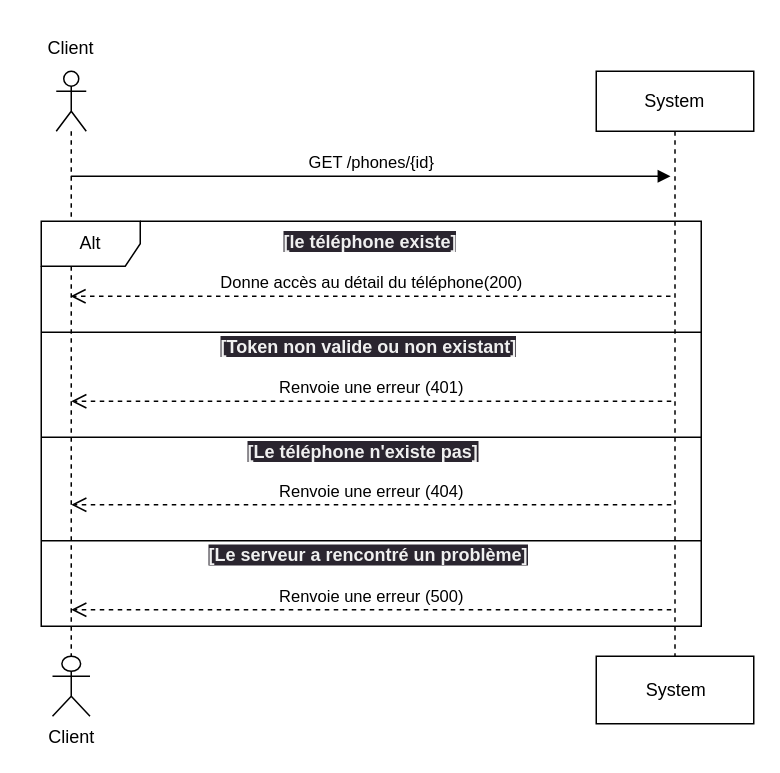
Before: public/UML/sd_GET-téléphone.drawio in Tony-marques/P7_bilemo, a draw.io diagram. Source tidied: cells renumbered, new cells numbered last; positions are measured from the earlier drawing's top-left corner, leaving out a move shared by most shapes. Both pictures are drawn from the tidied source at 150%, with x=0, y=0 at pixel (26, 26).
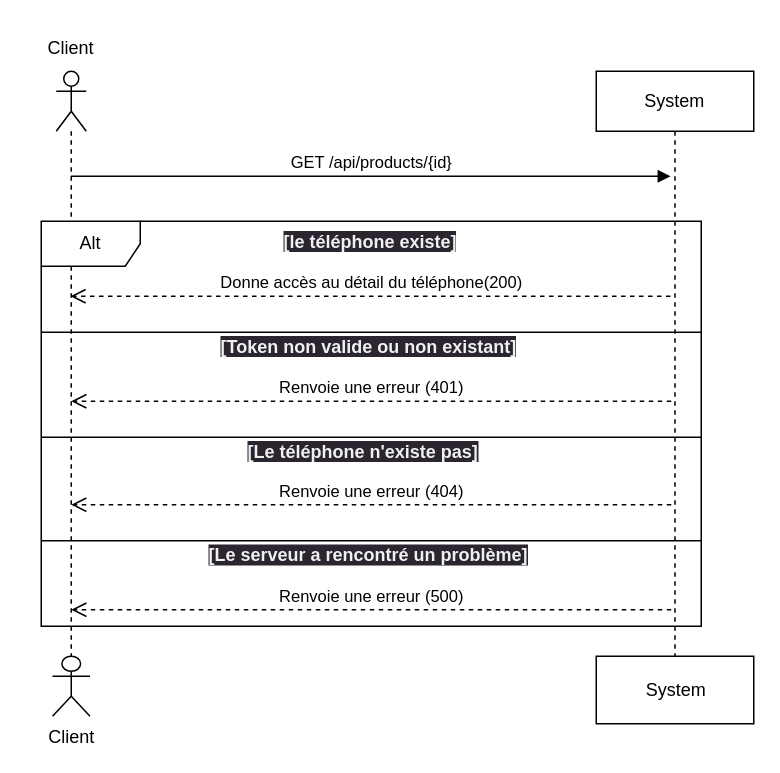
Above is the later version.

The change refers to these unchanged cells:
```xml
<mxCell id="2" value="System" style="shape=umlLifeline;perimeter=lifelinePerimeter;whiteSpace=wrap;html=1;" parent="1" vertex="1">
  <mxGeometry x="380" y="30" width="105" height="390" as="geometry" />
</mxCell>
```

Diff of the diagram source:
```diff
@@
-    <mxCell id="3" value="GET /phones/{id}" style="html=1;verticalAlign=bottom;endArrow=block;" parent="2" edge="1">
+    <mxCell id="3" value="GET /api/products/{id}" style="html=1;verticalAlign=bottom;endArrow=block;" parent="2" edge="1">
       <mxGeometry relative="1" as="geometry">
         <mxPoint x="-350.3" y="70" as="sourcePoint" />
         <mxPoint x="49.5" y="70" as="targetPoint" />
         <Array as="points">
           <mxPoint x="-40" y="70" />
         </Array>
       </mxGeometry>
     </mxCell>
```
